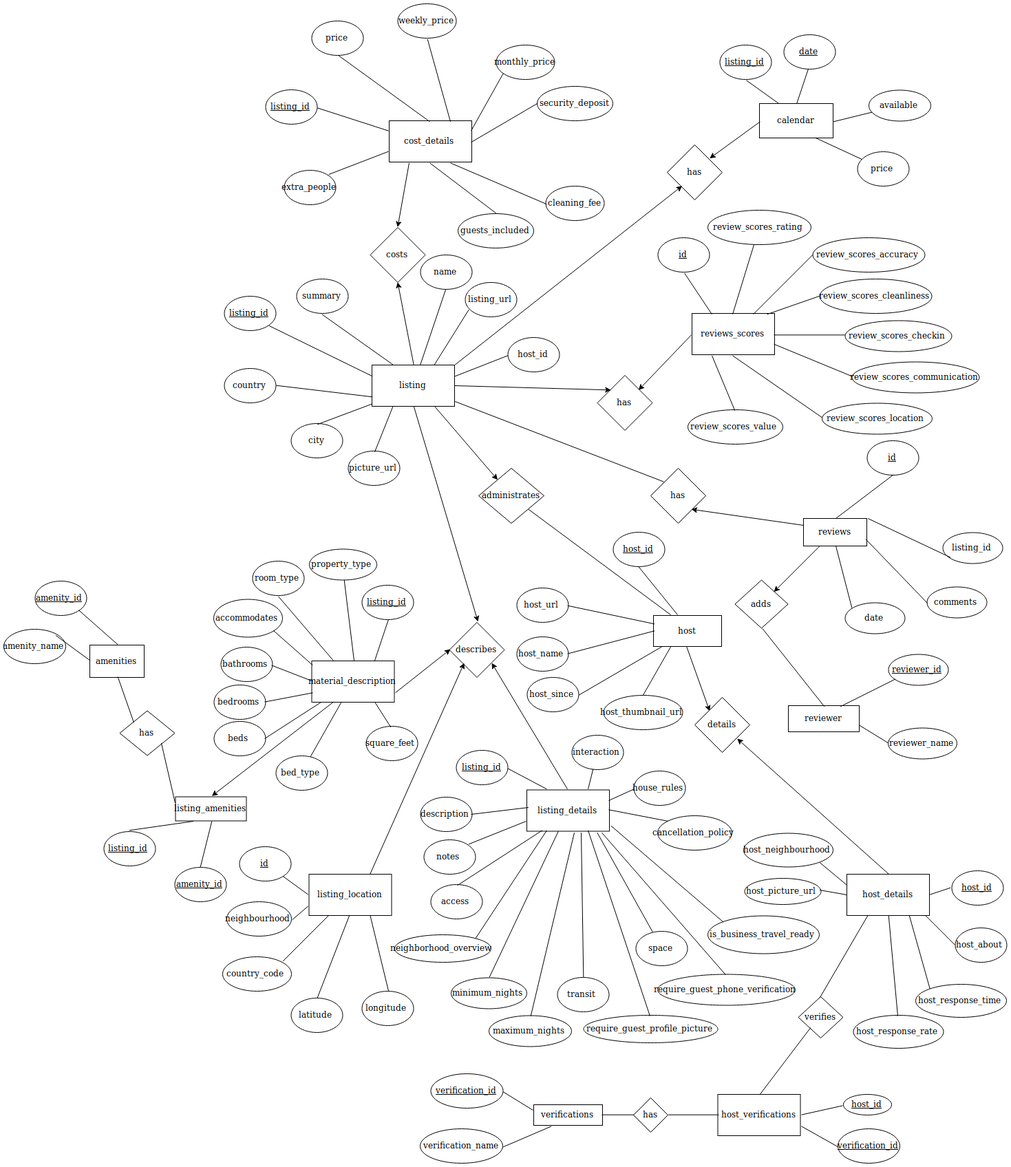
This is ER/ER Model.png from KhalilMerzouk/rbnb_db_project, a draw.io export, as it was before one commit. Source tidied: cells renumbered, new cells last; positions are measured from the earlier drawing's top-left corner, leaving out a move shared by most shapes.
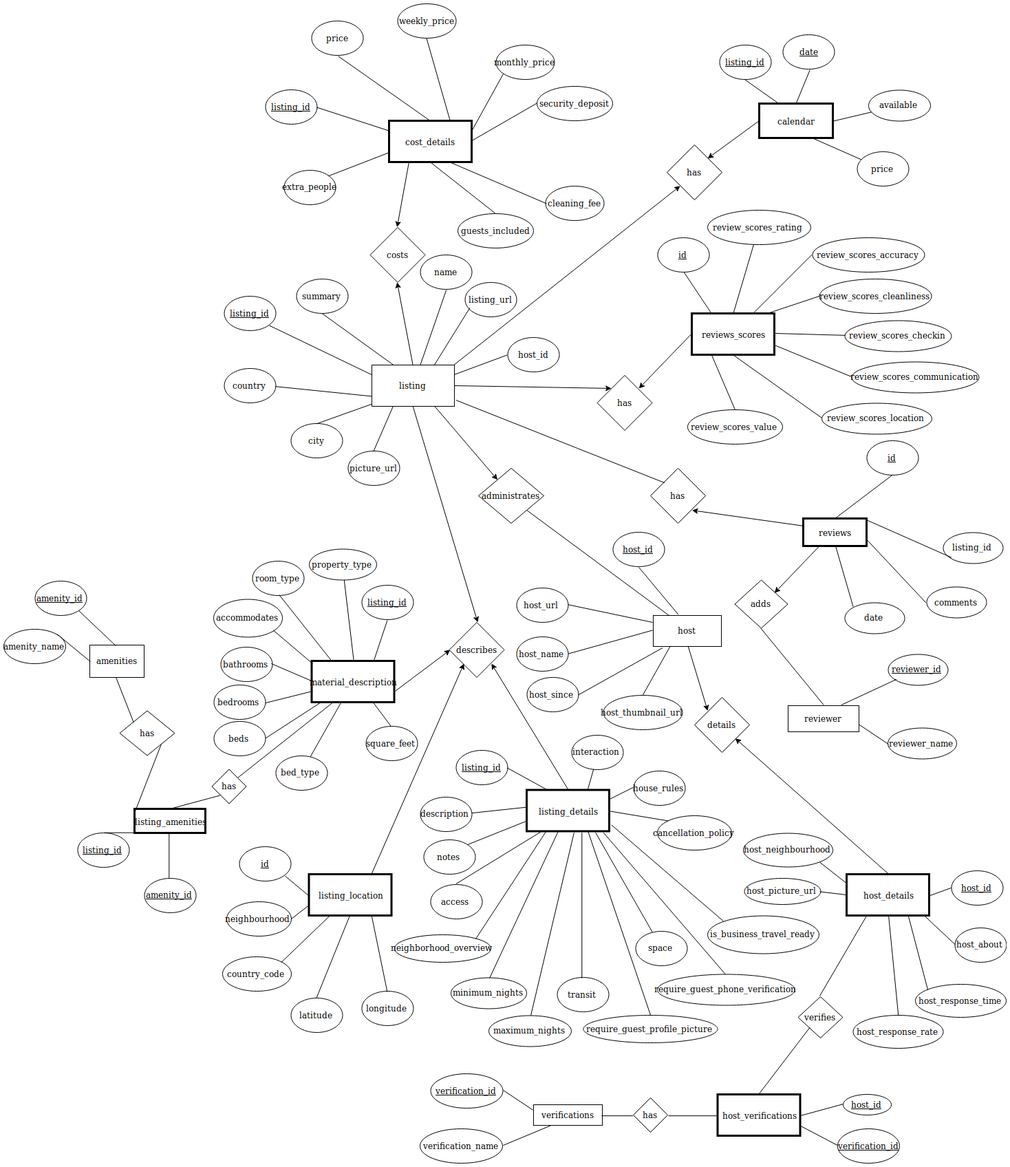
After the change.

Change to the diagram source:
```diff
@@ -4,3 +4,3 @@
     <mxCell id="1" parent="0" />
-    <mxCell id="2" value="material_description" style="rounded=0;whiteSpace=wrap;html=1;" parent="1" vertex="1">
+    <mxCell id="2" value="material_description" style="rounded=0;whiteSpace=wrap;html=1;strokeWidth=3;" parent="1" vertex="1">
       <mxGeometry x="447.5" y="955" width="120" height="60" as="geometry" />
@@ -25,3 +25,3 @@
     </mxCell>
-    <mxCell id="9" value="cost_details&lt;br&gt;" style="rounded=0;whiteSpace=wrap;html=1;" parent="1" vertex="1">
+    <mxCell id="9" value="cost_details&lt;br&gt;" style="rounded=0;whiteSpace=wrap;html=1;strokeWidth=3;" parent="1" vertex="1">
       <mxGeometry x="560" y="170" width="120" height="60" as="geometry" />
@@ -31,3 +31,3 @@
     </mxCell>
-    <mxCell id="11" value="listing_location" style="rounded=0;whiteSpace=wrap;html=1;" parent="1" vertex="1">
+    <mxCell id="11" value="listing_location" style="rounded=0;whiteSpace=wrap;html=1;strokeWidth=3;" parent="1" vertex="1">
       <mxGeometry x="443.5" y="1265" width="120" height="60" as="geometry" />
@@ -37,3 +37,3 @@
     </mxCell>
-    <mxCell id="13" value="listing_details" style="rounded=0;whiteSpace=wrap;html=1;" parent="1" vertex="1">
+    <mxCell id="13" value="listing_details" style="rounded=0;whiteSpace=wrap;html=1;strokeWidth=3;" parent="1" vertex="1">
       <mxGeometry x="760" y="1142.5" width="120" height="60" as="geometry" />
@@ -52,3 +52,3 @@
     </mxCell>
-    <mxCell id="18" value="reviews_scores" style="rounded=0;whiteSpace=wrap;html=1;" parent="1" vertex="1">
+    <mxCell id="18" value="reviews_scores" style="rounded=0;whiteSpace=wrap;html=1;strokeWidth=3;" parent="1" vertex="1">
       <mxGeometry x="1000" y="450" width="120" height="60" as="geometry" />
@@ -70,3 +70,3 @@
     </mxCell>
-    <mxCell id="24" value="host_details" style="rounded=0;whiteSpace=wrap;html=1;" parent="1" vertex="1">
+    <mxCell id="24" value="host_details" style="rounded=0;whiteSpace=wrap;html=1;strokeWidth=3;" parent="1" vertex="1">
       <mxGeometry x="1225" y="1265" width="120" height="60" as="geometry" />
@@ -222,3 +222,3 @@
     </mxCell>
-    <mxCell id="74" value="reviews" style="rounded=0;whiteSpace=wrap;html=1;" parent="1" vertex="1">
+    <mxCell id="74" value="reviews" style="rounded=0;whiteSpace=wrap;html=1;strokeWidth=3;" parent="1" vertex="1">
       <mxGeometry x="1162" y="748" width="92" height="40" as="geometry" />
@@ -316,3 +316,3 @@
     <mxCell id="105" value="&lt;div title=&quot;Page 8&quot;&gt;&lt;u&gt;amenity_id&lt;/u&gt;&lt;br&gt;&lt;/div&gt;" style="ellipse;whiteSpace=wrap;html=1;shadow=0;" parent="1" vertex="1">
-      <mxGeometry x="248.5" y="1255" width="75" height="50" as="geometry" />
+      <mxGeometry x="204" y="1270.5" width="75" height="50" as="geometry" />
     </mxCell>
@@ -509,3 +509,3 @@
     </mxCell>
-    <mxCell id="169" value="calendar" style="rounded=0;whiteSpace=wrap;html=1;" parent="1" vertex="1">
+    <mxCell id="169" value="calendar" style="rounded=0;whiteSpace=wrap;html=1;strokeWidth=3;" parent="1" vertex="1">
       <mxGeometry x="1098" y="145" width="107" height="50" as="geometry" />
@@ -539,116 +539,122 @@
     </mxCell>
-    <mxCell id="179" value="listing_amenities" style="rounded=0;whiteSpace=wrap;html=1;" parent="1" vertex="1">
-      <mxGeometry x="249.5" y="1152.5" width="103" height="35" as="geometry" />
+    <mxCell id="179" value="listing_amenities" style="rounded=0;whiteSpace=wrap;html=1;strokeWidth=3;" parent="1" vertex="1">
+      <mxGeometry x="190" y="1170" width="103" height="35" as="geometry" />
     </mxCell>
-    <mxCell id="180" style="endArrow=classic;html=1;exitX=0.25;exitY=1;exitDx=0;exitDy=0;entryX=0.5;entryY=0;entryDx=0;entryDy=0;" parent="1" edge="1" source="2" target="179">
-      <mxGeometry relative="1" as="geometry" />
+    <mxCell id="180" value="&lt;div title=&quot;Page 8&quot;&gt;&lt;u&gt;listing_id&lt;/u&gt;&lt;br&gt;&lt;/div&gt;" style="ellipse;whiteSpace=wrap;html=1;shadow=0;" parent="1" vertex="1">
+      <mxGeometry x="107.5" y="1205" width="75" height="50" as="geometry" />
     </mxCell>
-    <mxCell id="181" value="&lt;div title=&quot;Page 8&quot;&gt;&lt;u&gt;listing_id&lt;/u&gt;&lt;br&gt;&lt;/div&gt;" style="ellipse;whiteSpace=wrap;html=1;shadow=0;" parent="1" vertex="1">
-      <mxGeometry x="145" y="1202.5" width="75" height="50" as="geometry" />
+    <mxCell id="181" style="endArrow=none;html=1;entryX=0.5;entryY=0;entryDx=0;entryDy=0;exitX=0.25;exitY=1;exitDx=0;exitDy=0;" parent="1" edge="1" source="179" target="180">
+      <mxGeometry relative="1" as="geometry" />
     </mxCell>
-    <mxCell id="182" style="endArrow=none;html=1;entryX=0.5;entryY=0;entryDx=0;entryDy=0;exitX=0.25;exitY=1;exitDx=0;exitDy=0;" parent="1" edge="1" source="179" target="181">
-      <mxGeometry relative="1" as="geometry" />
+    <mxCell id="182" value="amenities" style="rounded=0;whiteSpace=wrap;html=1;" parent="1" vertex="1">
+      <mxGeometry x="125" y="932" width="79" height="47" as="geometry" />
     </mxCell>
-    <mxCell id="183" value="amenities" style="rounded=0;whiteSpace=wrap;html=1;" parent="1" vertex="1">
-      <mxGeometry x="125" y="932" width="79" height="47" as="geometry" />
+    <mxCell id="183" value="&lt;div title=&quot;Page 8&quot;&gt;&lt;u&gt;amenity_id&lt;/u&gt;&lt;br&gt;&lt;/div&gt;" style="ellipse;whiteSpace=wrap;html=1;shadow=0;" parent="1" vertex="1">
+      <mxGeometry x="45" y="839" width="75" height="50" as="geometry" />
     </mxCell>
-    <mxCell id="184" value="&lt;div title=&quot;Page 8&quot;&gt;&lt;u&gt;amenity_id&lt;/u&gt;&lt;br&gt;&lt;/div&gt;" style="ellipse;whiteSpace=wrap;html=1;shadow=0;" parent="1" vertex="1">
-      <mxGeometry x="45" y="839" width="75" height="50" as="geometry" />
+    <mxCell id="184" style="endArrow=none;html=1;entryX=1;entryY=1;entryDx=0;entryDy=0;exitX=0.5;exitY=0;exitDx=0;exitDy=0;" parent="1" edge="1" source="182" target="183">
+      <mxGeometry relative="1" as="geometry" />
     </mxCell>
-    <mxCell id="185" style="endArrow=none;html=1;entryX=1;entryY=1;entryDx=0;entryDy=0;exitX=0.5;exitY=0;exitDx=0;exitDy=0;" parent="1" edge="1" source="183" target="184">
-      <mxGeometry relative="1" as="geometry" />
+    <mxCell id="185" value="&lt;div title=&quot;Page 8&quot;&gt;amenity_name&lt;br&gt;&lt;/div&gt;" style="ellipse;whiteSpace=wrap;html=1;shadow=0;" parent="1" vertex="1">
+      <mxGeometry y="909" width="90" height="50" as="geometry" />
     </mxCell>
-    <mxCell id="186" value="&lt;div title=&quot;Page 8&quot;&gt;amenity_name&lt;br&gt;&lt;/div&gt;" style="ellipse;whiteSpace=wrap;html=1;shadow=0;" parent="1" vertex="1">
-      <mxGeometry y="909" width="90" height="50" as="geometry" />
+    <mxCell id="186" style="endArrow=none;html=1;entryX=1;entryY=0;entryDx=0;entryDy=0;exitX=0;exitY=0.5;exitDx=0;exitDy=0;" parent="1" edge="1" source="182" target="185">
+      <mxGeometry relative="1" as="geometry" />
     </mxCell>
-    <mxCell id="187" style="endArrow=none;html=1;entryX=1;entryY=0;entryDx=0;entryDy=0;exitX=0;exitY=0.5;exitDx=0;exitDy=0;" parent="1" edge="1" source="183" target="186">
-      <mxGeometry relative="1" as="geometry" />
+    <mxCell id="187" value="host_id" style="ellipse;whiteSpace=wrap;html=1;shadow=0;" parent="1" vertex="1">
+      <mxGeometry x="732.5" y="485" width="75" height="50" as="geometry" />
     </mxCell>
-    <mxCell id="188" value="host_id" style="ellipse;whiteSpace=wrap;html=1;shadow=0;" parent="1" vertex="1">
-      <mxGeometry x="732.5" y="485" width="75" height="50" as="geometry" />
+    <mxCell id="188" style="endArrow=none;html=1;exitX=1;exitY=0.25;exitDx=0;exitDy=0;entryX=0;entryY=0.5;entryDx=0;entryDy=0;" parent="1" edge="1" source="5" target="187">
+      <mxGeometry relative="1" as="geometry" />
     </mxCell>
-    <mxCell id="189" style="endArrow=none;html=1;exitX=1;exitY=0.25;exitDx=0;exitDy=0;entryX=0;entryY=0.5;entryDx=0;entryDy=0;" parent="1" edge="1" source="5" target="188">
-      <mxGeometry relative="1" as="geometry" />
+    <mxCell id="189" value="&lt;div title=&quot;Page 8&quot;&gt;&lt;div title=&quot;Page 8&quot;&gt;space&lt;br&gt;&lt;/div&gt;&lt;/div&gt;" style="ellipse;whiteSpace=wrap;html=1;shadow=0;" parent="1" vertex="1">
+      <mxGeometry x="918.5" y="1347.5" width="75" height="50" as="geometry" />
     </mxCell>
-    <mxCell id="190" value="&lt;div title=&quot;Page 8&quot;&gt;&lt;div title=&quot;Page 8&quot;&gt;space&lt;br&gt;&lt;/div&gt;&lt;/div&gt;" style="ellipse;whiteSpace=wrap;html=1;shadow=0;" parent="1" vertex="1">
-      <mxGeometry x="918.5" y="1347.5" width="75" height="50" as="geometry" />
+    <mxCell id="190" style="endArrow=none;html=1;exitX=0.847;exitY=1.015;exitDx=0;exitDy=0;exitPerimeter=0;" parent="1" edge="1" source="13" target="189">
+      <mxGeometry relative="1" as="geometry" />
     </mxCell>
-    <mxCell id="191" style="endArrow=none;html=1;exitX=0.847;exitY=1.015;exitDx=0;exitDy=0;exitPerimeter=0;" parent="1" edge="1" source="13" target="190">
+    <mxCell id="191" style="endArrow=classic;html=1;exitX=0.995;exitY=0.013;exitDx=0;exitDy=0;exitPerimeter=0;entryX=0;entryY=1;entryDx=0;entryDy=0;" parent="1" edge="1" source="5" target="178">
       <mxGeometry relative="1" as="geometry" />
     </mxCell>
-    <mxCell id="192" style="endArrow=classic;html=1;exitX=0.995;exitY=0.013;exitDx=0;exitDy=0;exitPerimeter=0;entryX=0;entryY=1;entryDx=0;entryDy=0;" parent="1" edge="1" source="5" target="178">
+    <mxCell id="192" style="endArrow=classic;html=1;entryX=1;entryY=0;entryDx=0;entryDy=0;exitX=0;exitY=0.5;exitDx=0;exitDy=0;" parent="1" edge="1" source="169" target="178">
       <mxGeometry relative="1" as="geometry" />
     </mxCell>
-    <mxCell id="193" style="endArrow=classic;html=1;entryX=1;entryY=0;entryDx=0;entryDy=0;exitX=0;exitY=0.5;exitDx=0;exitDy=0;" parent="1" edge="1" source="169" target="178">
-      <mxGeometry relative="1" as="geometry" />
+    <mxCell id="193" value="has" style="rhombus;whiteSpace=wrap;html=1;" parent="1" vertex="1">
+      <mxGeometry x="940" y="675" width="80" height="80" as="geometry" />
     </mxCell>
-    <mxCell id="194" value="has" style="rhombus;whiteSpace=wrap;html=1;" parent="1" vertex="1">
-      <mxGeometry x="940" y="675" width="80" height="80" as="geometry" />
+    <mxCell id="194" style="endArrow=none;html=1;exitX=1.018;exitY=0.876;exitDx=0;exitDy=0;exitPerimeter=0;entryX=0;entryY=0;entryDx=0;entryDy=0;" parent="1" edge="1" source="5" target="193">
+      <mxGeometry relative="1" as="geometry" />
     </mxCell>
-    <mxCell id="195" style="endArrow=none;html=1;exitX=1.018;exitY=0.876;exitDx=0;exitDy=0;exitPerimeter=0;entryX=0;entryY=0;entryDx=0;entryDy=0;" parent="1" edge="1" source="5" target="194">
+    <mxCell id="195" style="endArrow=classic;html=1;exitX=0;exitY=0.25;exitDx=0;exitDy=0;entryX=1;entryY=1;entryDx=0;entryDy=0;" parent="1" edge="1" source="74" target="193">
       <mxGeometry relative="1" as="geometry" />
     </mxCell>
-    <mxCell id="196" style="endArrow=classic;html=1;exitX=0;exitY=0.25;exitDx=0;exitDy=0;entryX=1;entryY=1;entryDx=0;entryDy=0;" parent="1" edge="1" source="74" target="194">
+    <mxCell id="196" style="endArrow=classic;html=1;exitX=0.25;exitY=1;exitDx=0;exitDy=0;entryX=1;entryY=0;entryDx=0;entryDy=0;" parent="1" edge="1" source="74" target="75">
       <mxGeometry relative="1" as="geometry" />
     </mxCell>
-    <mxCell id="197" style="endArrow=classic;html=1;exitX=0.25;exitY=1;exitDx=0;exitDy=0;entryX=1;entryY=0;entryDx=0;entryDy=0;" parent="1" edge="1" source="74" target="75">
-      <mxGeometry relative="1" as="geometry" />
+    <mxCell id="197" value="has" style="rhombus;whiteSpace=wrap;html=1;" parent="1" vertex="1">
+      <mxGeometry x="168.5" y="1027.5" width="80" height="65" as="geometry" />
     </mxCell>
-    <mxCell id="198" value="has" style="rhombus;whiteSpace=wrap;html=1;" parent="1" vertex="1">
-      <mxGeometry x="168.5" y="1027.5" width="80" height="65" as="geometry" />
+    <mxCell id="198" style="endArrow=none;html=1;entryX=0;entryY=0.25;entryDx=0;entryDy=0;exitX=1;exitY=1;exitDx=0;exitDy=0;" parent="1" edge="1" source="197" target="179">
+      <mxGeometry relative="1" as="geometry" />
     </mxCell>
-    <mxCell id="199" style="endArrow=none;html=1;entryX=0;entryY=0.25;entryDx=0;entryDy=0;exitX=1;exitY=1;exitDx=0;exitDy=0;" parent="1" edge="1" source="198" target="179">
+    <mxCell id="199" style="endArrow=none;html=1;entryX=0.5;entryY=1;entryDx=0;entryDy=0;exitX=0;exitY=0;exitDx=0;exitDy=0;" parent="1" edge="1" source="197" target="182">
       <mxGeometry relative="1" as="geometry" />
     </mxCell>
-    <mxCell id="200" style="endArrow=none;html=1;entryX=0.5;entryY=1;entryDx=0;entryDy=0;exitX=0;exitY=0;exitDx=0;exitDy=0;" parent="1" edge="1" source="198" target="183">
-      <mxGeometry relative="1" as="geometry" />
+    <mxCell id="200" value="verifies" style="rhombus;whiteSpace=wrap;html=1;" parent="1" vertex="1">
+      <mxGeometry x="1154.5" y="1443" width="65" height="60" as="geometry" />
     </mxCell>
-    <mxCell id="201" value="verifies" style="rhombus;whiteSpace=wrap;html=1;" parent="1" vertex="1">
-      <mxGeometry x="1154.5" y="1443" width="65" height="60" as="geometry" />
+    <mxCell id="201" style="endArrow=none;html=1;entryX=0.25;entryY=1;entryDx=0;entryDy=0;exitX=0.5;exitY=0;exitDx=0;exitDy=0;" parent="1" edge="1" source="200" target="24">
+      <mxGeometry relative="1" as="geometry" />
     </mxCell>
-    <mxCell id="202" style="endArrow=none;html=1;entryX=0.25;entryY=1;entryDx=0;entryDy=0;exitX=0.5;exitY=0;exitDx=0;exitDy=0;" parent="1" edge="1" source="201" target="24">
-      <mxGeometry relative="1" as="geometry" />
+    <mxCell id="202" value="host_verifications" style="rounded=0;whiteSpace=wrap;html=1;strokeWidth=3;" parent="1" vertex="1">
+      <mxGeometry x="1037.5" y="1585" width="120" height="60" as="geometry" />
     </mxCell>
-    <mxCell id="203" value="host_verifications" style="rounded=0;whiteSpace=wrap;html=1;" parent="1" vertex="1">
-      <mxGeometry x="1037.5" y="1585" width="120" height="60" as="geometry" />
+    <mxCell id="203" style="endArrow=none;html=1;entryX=0;entryY=1;entryDx=0;entryDy=0;exitX=0.5;exitY=0;exitDx=0;exitDy=0;" parent="1" edge="1" source="202" target="200">
+      <mxGeometry relative="1" as="geometry" />
     </mxCell>
-    <mxCell id="204" style="endArrow=none;html=1;entryX=0;entryY=1;entryDx=0;entryDy=0;exitX=0.5;exitY=0;exitDx=0;exitDy=0;" parent="1" edge="1" source="203" target="201">
-      <mxGeometry relative="1" as="geometry" />
+    <mxCell id="204" value="&lt;u&gt;host_id&lt;/u&gt;" style="ellipse;whiteSpace=wrap;html=1;" parent="1" vertex="1">
+      <mxGeometry x="1219.5" y="1585" width="70" height="30" as="geometry" />
     </mxCell>
-    <mxCell id="205" value="&lt;u&gt;host_id&lt;/u&gt;" style="ellipse;whiteSpace=wrap;html=1;" parent="1" vertex="1">
-      <mxGeometry x="1219.5" y="1585" width="70" height="30" as="geometry" />
+    <mxCell id="205" value="&lt;u&gt;verification_id&lt;/u&gt;" style="ellipse;whiteSpace=wrap;html=1;" parent="1" vertex="1">
+      <mxGeometry x="1212" y="1635" width="90" height="50" as="geometry" />
     </mxCell>
-    <mxCell id="206" value="&lt;u&gt;verification_id&lt;/u&gt;" style="ellipse;whiteSpace=wrap;html=1;" parent="1" vertex="1">
-      <mxGeometry x="1212" y="1635" width="90" height="50" as="geometry" />
+    <mxCell id="206" style="endArrow=none;html=1;entryX=0;entryY=0.5;entryDx=0;entryDy=0;exitX=1;exitY=0.5;exitDx=0;exitDy=0;" parent="1" edge="1" source="202" target="204">
+      <mxGeometry relative="1" as="geometry" />
     </mxCell>
-    <mxCell id="207" style="endArrow=none;html=1;entryX=0;entryY=0.5;entryDx=0;entryDy=0;exitX=1;exitY=0.5;exitDx=0;exitDy=0;" parent="1" edge="1" source="203" target="205">
+    <mxCell id="207" style="endArrow=none;html=1;entryX=0;entryY=0.5;entryDx=0;entryDy=0;exitX=1;exitY=0.75;exitDx=0;exitDy=0;" parent="1" edge="1" source="202" target="205">
       <mxGeometry relative="1" as="geometry" />
     </mxCell>
-    <mxCell id="208" style="endArrow=none;html=1;entryX=0;entryY=0.5;entryDx=0;entryDy=0;exitX=1;exitY=0.75;exitDx=0;exitDy=0;" parent="1" edge="1" source="203" target="206">
-      <mxGeometry relative="1" as="geometry" />
+    <mxCell id="208" value="has" style="rhombus;whiteSpace=wrap;html=1;" parent="1" vertex="1">
+      <mxGeometry x="915" y="1590" width="50" height="50" as="geometry" />
     </mxCell>
-    <mxCell id="209" value="has" style="rhombus;whiteSpace=wrap;html=1;" parent="1" vertex="1">
-      <mxGeometry x="915" y="1590" width="50" height="50" as="geometry" />
+    <mxCell id="209" style="endArrow=none;html=1;entryX=0;entryY=0.5;entryDx=0;entryDy=0;exitX=1;exitY=0.5;exitDx=0;exitDy=0;" parent="1" edge="1" source="208" target="202">
+      <mxGeometry relative="1" as="geometry" />
     </mxCell>
-    <mxCell id="210" style="endArrow=none;html=1;entryX=0;entryY=0.5;entryDx=0;entryDy=0;exitX=1;exitY=0.5;exitDx=0;exitDy=0;" parent="1" edge="1" source="209" target="203">
-      <mxGeometry relative="1" as="geometry" />
+    <mxCell id="210" value="verifications" style="rounded=0;whiteSpace=wrap;html=1;" parent="1" vertex="1">
+      <mxGeometry x="770" y="1600" width="100" height="30" as="geometry" />
     </mxCell>
-    <mxCell id="211" value="verifications" style="rounded=0;whiteSpace=wrap;html=1;" parent="1" vertex="1">
-      <mxGeometry x="770" y="1600" width="100" height="30" as="geometry" />
+    <mxCell id="211" style="endArrow=none;html=1;entryX=0;entryY=0.5;entryDx=0;entryDy=0;exitX=1;exitY=0.5;exitDx=0;exitDy=0;" parent="1" edge="1" source="210" target="208">
+      <mxGeometry relative="1" as="geometry" />
     </mxCell>
-    <mxCell id="212" style="endArrow=none;html=1;entryX=0;entryY=0.5;entryDx=0;entryDy=0;exitX=1;exitY=0.5;exitDx=0;exitDy=0;" parent="1" edge="1" source="211" target="209">
-      <mxGeometry relative="1" as="geometry" />
+    <mxCell id="212" value="&lt;u&gt;verification_id&lt;/u&gt;" style="ellipse;whiteSpace=wrap;html=1;" parent="1" vertex="1">
+      <mxGeometry x="620" y="1555" width="105" height="50" as="geometry" />
     </mxCell>
-    <mxCell id="213" value="&lt;u&gt;verification_id&lt;/u&gt;" style="ellipse;whiteSpace=wrap;html=1;" parent="1" vertex="1">
-      <mxGeometry x="620" y="1555" width="105" height="50" as="geometry" />
+    <mxCell id="213" style="endArrow=none;html=1;entryX=1;entryY=0.5;entryDx=0;entryDy=0;exitX=0;exitY=0.25;exitDx=0;exitDy=0;" parent="1" edge="1" source="210" target="212">
+      <mxGeometry relative="1" as="geometry" />
     </mxCell>
-    <mxCell id="214" style="endArrow=none;html=1;entryX=1;entryY=0.5;entryDx=0;entryDy=0;exitX=0;exitY=0.25;exitDx=0;exitDy=0;" parent="1" edge="1" source="211" target="213">
-      <mxGeometry relative="1" as="geometry" />
+    <mxCell id="214" value="verification_name" style="ellipse;whiteSpace=wrap;html=1;" parent="1" vertex="1">
+      <mxGeometry x="605" y="1635" width="120" height="50" as="geometry" />
     </mxCell>
-    <mxCell id="215" value="verification_name" style="ellipse;whiteSpace=wrap;html=1;" parent="1" vertex="1">
-      <mxGeometry x="605" y="1635" width="120" height="50" as="geometry" />
+    <mxCell id="215" style="endArrow=none;html=1;entryX=0.25;entryY=1;entryDx=0;entryDy=0;exitX=1;exitY=0.5;exitDx=0;exitDy=0;" parent="1" edge="1" source="214" target="210">
+      <mxGeometry relative="1" as="geometry" />
     </mxCell>
-    <mxCell id="216" style="endArrow=none;html=1;entryX=0.25;entryY=1;entryDx=0;entryDy=0;exitX=1;exitY=0.5;exitDx=0;exitDy=0;" parent="1" edge="1" source="215" target="211">
-      <mxGeometry relative="1" as="geometry" />
+    <mxCell id="216" value="has" style="rhombus;whiteSpace=wrap;html=1;" parent="1" vertex="1">
+      <mxGeometry x="302.5" y="1112.5" width="50" height="50" as="geometry" />
     </mxCell>
+    <mxCell id="217" style="endArrow=none;html=1;entryX=0.25;entryY=1;entryDx=0;entryDy=0;exitX=1;exitY=0;exitDx=0;exitDy=0;" parent="1" edge="1" source="216" target="2">
+      <mxGeometry relative="1" as="geometry" />
+    </mxCell>
+    <mxCell id="218" style="endArrow=none;html=1;entryX=0;entryY=1;entryDx=0;entryDy=0;exitX=0.5;exitY=0;exitDx=0;exitDy=0;" parent="1" edge="1" source="179" target="216">
+      <mxGeometry relative="1" as="geometry" />
+    </mxCell>
   </root>
```
